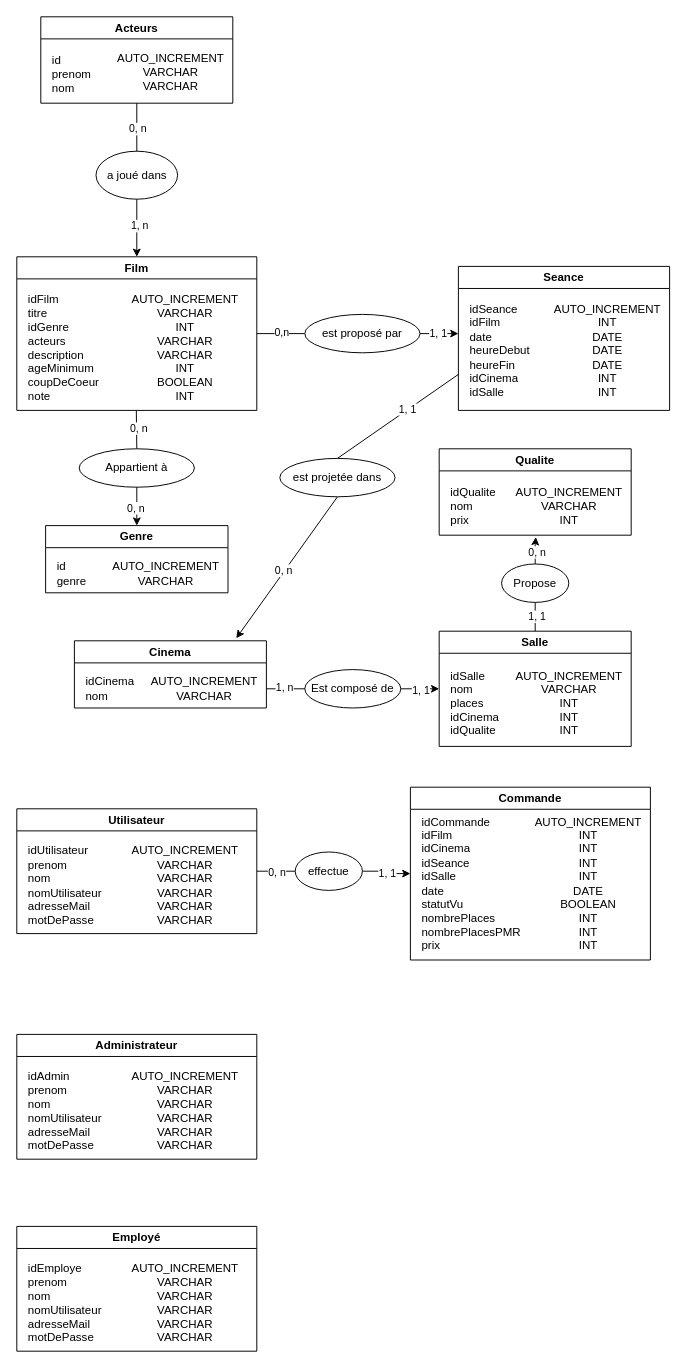
Before: MCD.drawio in Thifanie/cinephoria, a draw.io diagram. Source tidied: cells renumbered, new cells numbered last; positions are measured from the earlier drawing's top-left corner, leaving out a move shared by most shapes. Both pictures are drawn from the tidied source at 96%, with x=0, y=0 at pixel (16, 16).
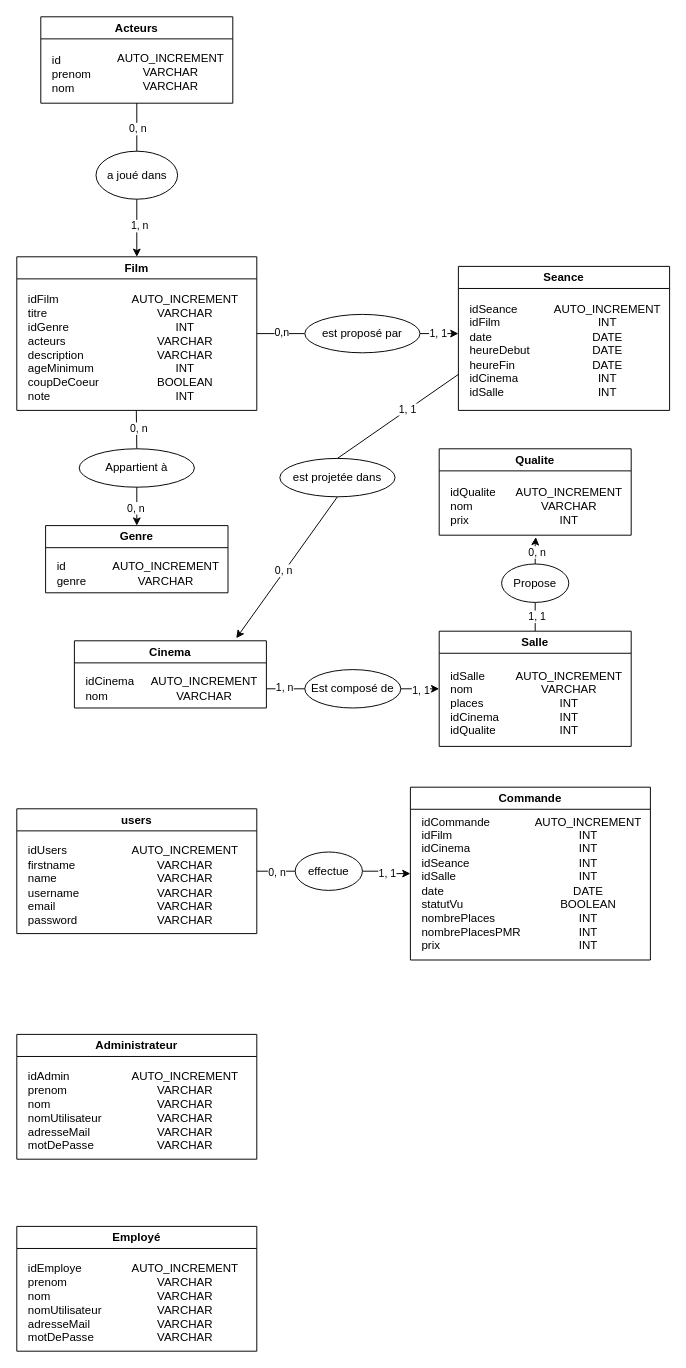
The same page after the edit.

Commit message:
Mettre à jour MCD.drawio

Diff of the diagram source:
```diff
@@
-    <mxCell id="4" value="Utilisateur" style="swimlane;whiteSpace=wrap;html=1;fillColor=#FFFFFF;gradientColor=none;swimlaneLine=1;rounded=0;shadow=0;glass=0;" parent="1" vertex="1">
+    <mxCell id="4" value="users" style="swimlane;whiteSpace=wrap;html=1;fillColor=#FFFFFF;gradientColor=none;swimlaneLine=1;rounded=0;shadow=0;glass=0;startSize=23;" parent="1" vertex="1">
       <mxGeometry y="825" width="250" height="130" as="geometry" />
     </mxCell>
@@
-    <mxCell id="6" value="idUtilisateur&lt;div&gt;prenom&lt;div&gt;nom&lt;/div&gt;&lt;/div&gt;&lt;div style=&quot;&quot;&gt;nomUtilisateur&lt;/div&gt;&lt;div&gt;adresseMail&lt;/div&gt;&lt;div&gt;motDePasse&lt;/div&gt;" style="text;html=1;align=left;verticalAlign=middle;strokeColor=none;fillColor=none;" parent="4" vertex="1">
-      <mxGeometry x="10" y="30" width="100" height="100" as="geometry" />
+    <mxCell id="6" value="idUsers&lt;div&gt;firstname&lt;div&gt;name&lt;/div&gt;&lt;/div&gt;&lt;div style=&quot;&quot;&gt;username&lt;/div&gt;&lt;div&gt;email&lt;/div&gt;&lt;div&gt;password&lt;/div&gt;" style="text;html=1;align=left;verticalAlign=middle;strokeColor=none;fillColor=none;" parent="4" vertex="1">
+      <mxGeometry x="10" y="30" width="80" height="100" as="geometry" />
     </mxCell>
```
